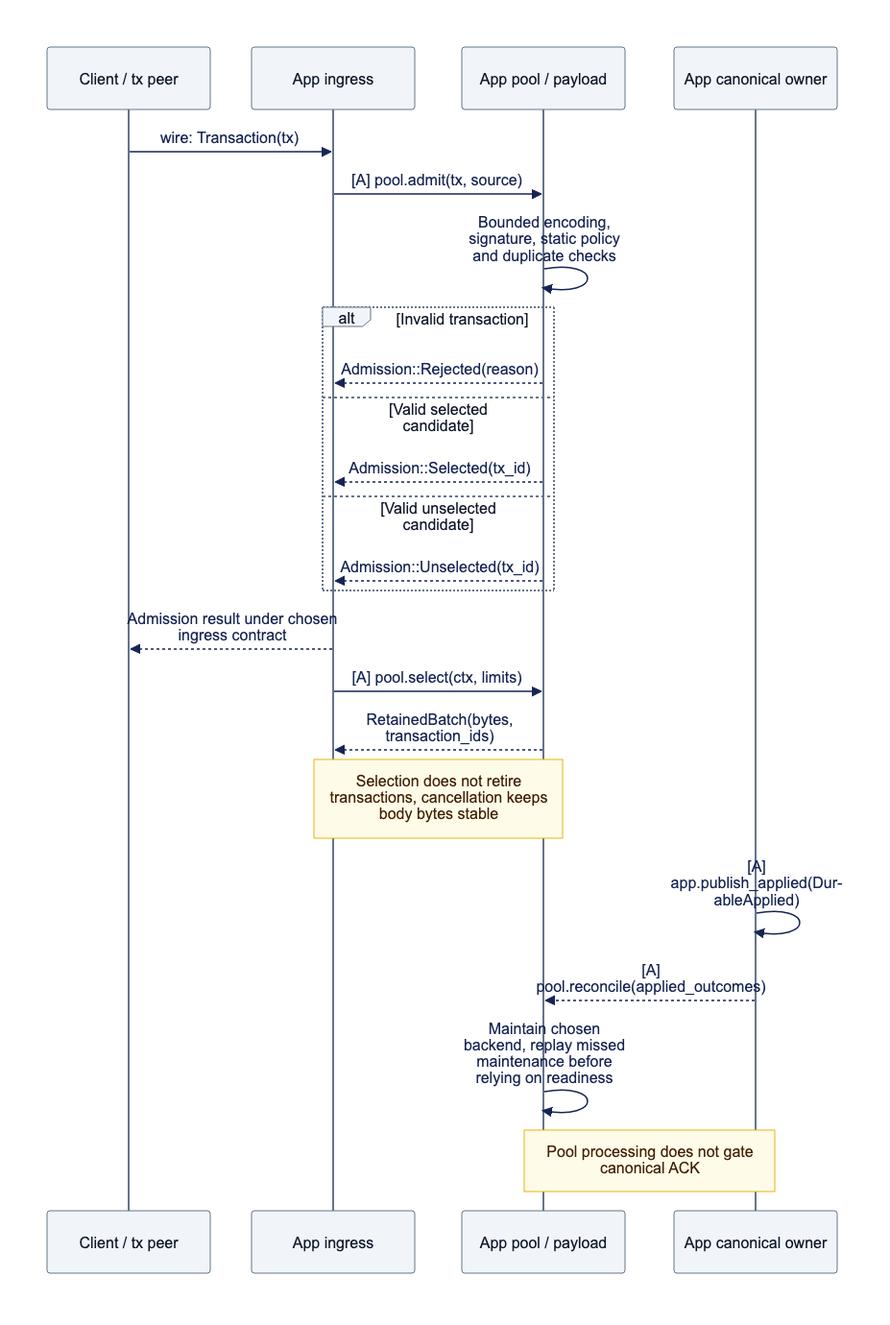
Before: docs/assets/diagrams/diagram-03.png, a diagram exported from Mermaid (djm07073/baton). Its source is kept beside it as docs/assets/diagrams/diagram-03.mmd. Source of this version:
```mermaid
sequenceDiagram
    participant C as Client / tx peer
    participant A as App ingress
    participant P as App pool / payload
    participant W as App canonical owner
    C->>A: wire: Transaction(tx)
    A->>P: [A] pool.admit(tx, source)
    P->>P: Bounded encoding, signature, static policy and duplicate checks
    alt Invalid transaction
        P-->>A: Admission::Rejected(reason)
    else Valid selected candidate
        P-->>A: Admission::Selected(tx_id)
    else Valid unselected candidate
        P-->>A: Admission::Unselected(tx_id)
    end
    A-->>C: Admission result under chosen ingress contract
    A->>P: [A] pool.select(ctx, limits)
    P-->>A: RetainedBatch(bytes, transaction_ids)
    Note over A,P: Selection does not retire transactions, cancellation keeps body bytes stable
    W->>W: [A] app.publish_applied(DurableApplied)
    W-->>P: [A] pool.reconcile(applied_outcomes)
    P->>P: Maintain chosen backend, replay missed maintenance before relying on readiness
    Note over W,P: Pool processing does not gate canonical ACK
```
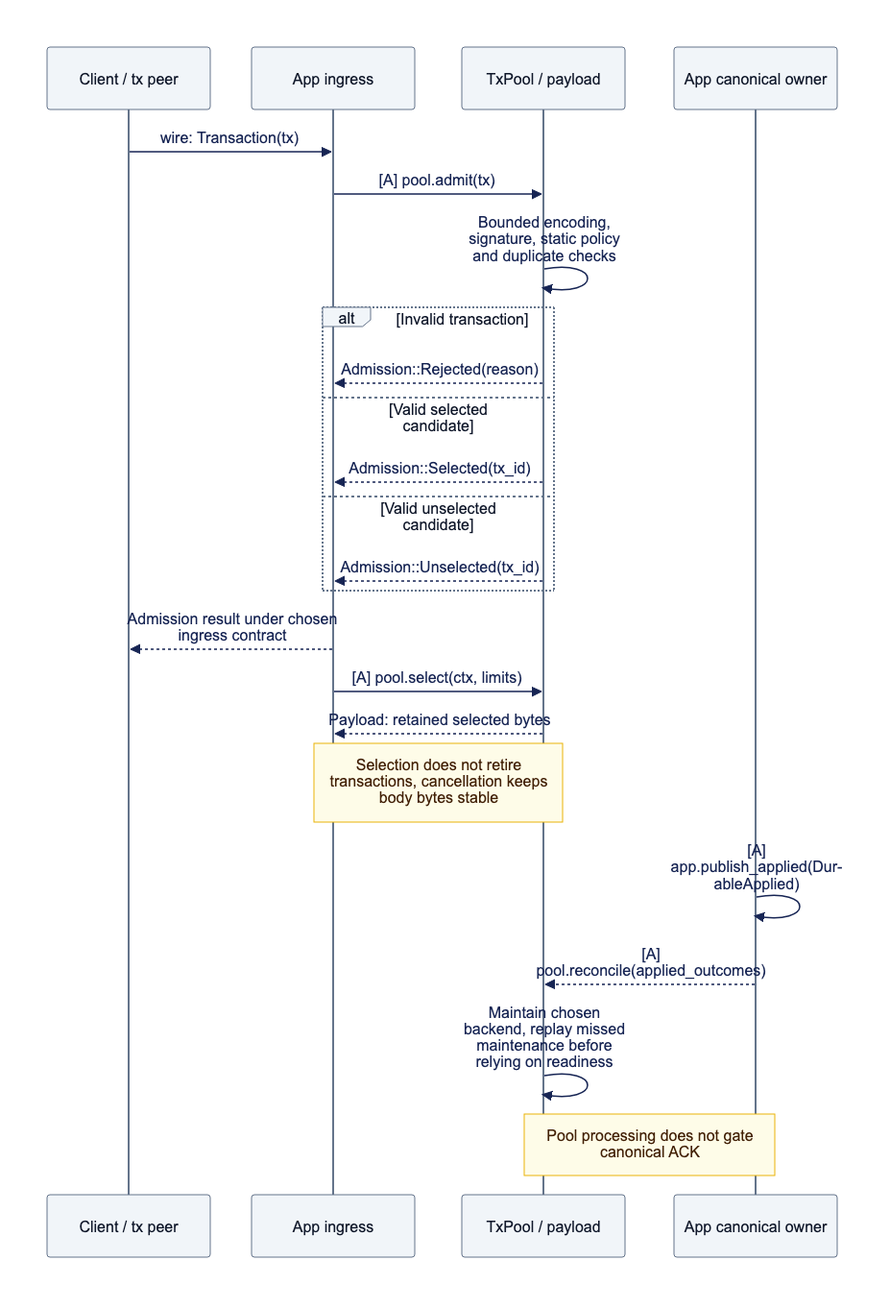
After the change.

Diff of the diagram source:
```diff
@@ -1,10 +1,10 @@
 sequenceDiagram
     participant C as Client / tx peer
     participant A as App ingress
-    participant P as App pool / payload
+    participant P as TxPool / payload
     participant W as App canonical owner
     C->>A: wire: Transaction(tx)
-    A->>P: [A] pool.admit(tx, source)
+    A->>P: [A] pool.admit(tx)
     P->>P: Bounded encoding, signature, static policy and duplicate checks
     alt Invalid transaction
         P-->>A: Admission::Rejected(reason)
@@ -15,7 +15,7 @@
     end
     A-->>C: Admission result under chosen ingress contract
     A->>P: [A] pool.select(ctx, limits)
-    P-->>A: RetainedBatch(bytes, transaction_ids)
+    P-->>A: Payload: retained selected bytes
     Note over A,P: Selection does not retire transactions, cancellation keeps body bytes stable
     W->>W: [A] app.publish_applied(DurableApplied)
     W-->>P: [A] pool.reconcile(applied_outcomes)
```
